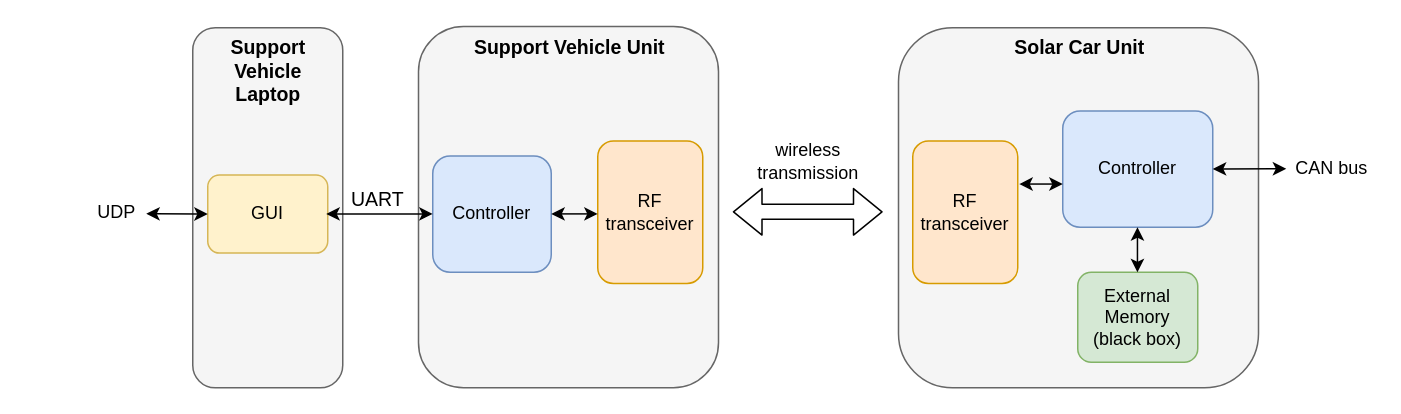
This is documentation/diagrams/SystemSchematic.drawio from tjarker/Telemetry, a draw.io file, before an edit. Source tidied: cells renumbered, new cells numbered last; positions are measured from the earlier drawing's top-left corner, leaving out a move shared by most shapes. Both pictures are drawn from the tidied source at 150%, with x=0, y=0 at pixel (86, 26).
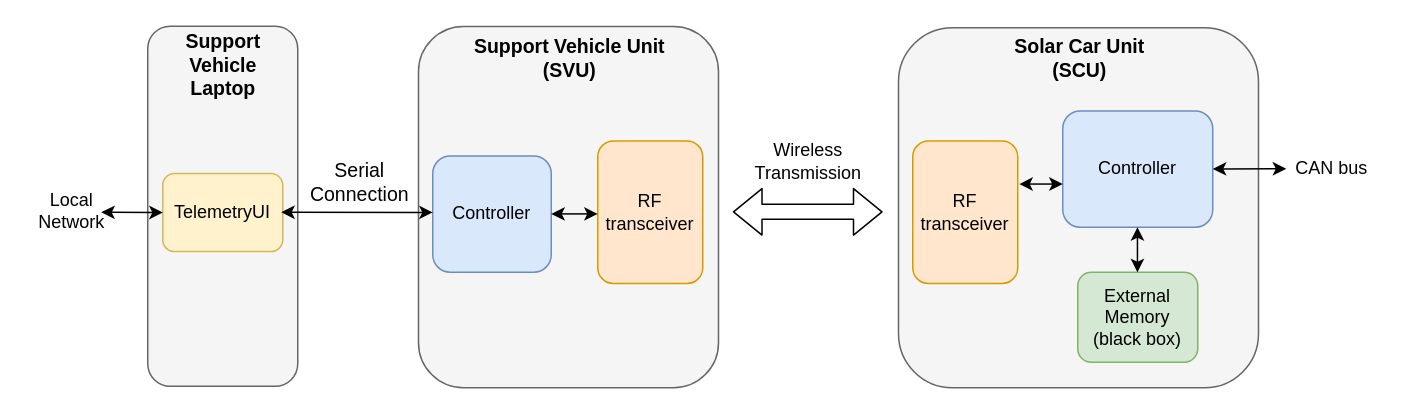
Above is the later version.

Change to the diagram source:
```diff
@@
-    <mxCell id="5" value="Solar Car Unit" style="text;html=1;align=center;verticalAlign=middle;fontStyle=1;fontSize=13;" parent="1" vertex="1">
-      <mxGeometry x="613" y="4" width="97" height="20" as="geometry" />
+    <mxCell id="5" value="Solar Car Unit&lt;br&gt;(SCU)" style="text;html=1;align=center;verticalAlign=middle;fontStyle=1;fontSize=13;" parent="1" vertex="1">
+      <mxGeometry x="611.5" y="1" width="100" height="40" as="geometry" />
     </mxCell>
-    <mxCell id="6" value="Support Vehicle&amp;nbsp;Unit" style="text;html=1;align=center;verticalAlign=middle;fontStyle=1;fontSize=13;" parent="1" vertex="1">
-      <mxGeometry x="253" y="4" width="137" height="20" as="geometry" />
+    <mxCell id="6" value="Support Vehicle&amp;nbsp;Unit&lt;br&gt;(SVU)" style="text;html=1;align=center;verticalAlign=middle;fontStyle=1;fontSize=13;" parent="1" vertex="1">
+      <mxGeometry x="251.5" y="1" width="140" height="40" as="geometry" />
     </mxCell>
@@
     <mxCell id="11" style="rounded=1;whiteSpace=wrap;html=1;fillColor=#f5f5f5;strokeColor=#666666;fontColor=#333333;" parent="1" vertex="1">
-      <mxGeometry x="71" y="1" width="100" height="240" as="geometry" />
+      <mxGeometry x="41" width="100" height="240" as="geometry" />
     </mxCell>
     <mxCell id="12" value="Support&lt;br&gt;Vehicle&lt;br style=&quot;font-size: 13px&quot;&gt;Laptop" style="text;html=1;align=center;verticalAlign=middle;fontStyle=1;fontSize=13;" parent="1" vertex="1">
-      <mxGeometry x="91" y="4" width="60" height="52" as="geometry" />
+      <mxGeometry x="61" width="60" height="52" as="geometry" />
     </mxCell>
@@
-    <mxCell id="14" value="wireless&lt;br&gt;transmission" style="text;html=1;align=center;verticalAlign=middle;" parent="1" vertex="1">
-      <mxGeometry x="441" y="75.2" width="80" height="30" as="geometry" />
+    <mxCell id="14" value="Wireless&lt;br&gt;Transmission" style="text;html=1;align=center;verticalAlign=middle;" parent="1" vertex="1">
+      <mxGeometry x="436" y="75.2" width="90" height="30" as="geometry" />
     </mxCell>
-    <mxCell id="15" value="GUI" style="rounded=1;whiteSpace=wrap;html=1;fillColor=#fff2cc;strokeColor=#d6b656;" parent="1" vertex="1">
-      <mxGeometry x="81" y="99.2" width="80" height="52" as="geometry" />
+    <mxCell id="15" value="TelemetryUI" style="rounded=1;whiteSpace=wrap;html=1;fillColor=#fff2cc;strokeColor=#d6b656;" parent="1" vertex="1">
+      <mxGeometry x="51" y="98.2" width="80" height="52" as="geometry" />
     </mxCell>
-    <mxCell id="16" value="UART" style="text;html=1;align=center;verticalAlign=middle;fontSize=13;" parent="1" vertex="1">
-      <mxGeometry x="171" y="105.2" width="45" height="20" as="geometry" />
+    <mxCell id="16" value="Serial&lt;br&gt;Connection" style="text;html=1;align=center;verticalAlign=middle;fontSize=13;" parent="1" vertex="1">
+      <mxGeometry x="141.5" y="84.2" width="80" height="40" as="geometry" />
     </mxCell>
@@
     <mxCell id="22" style="endArrow=classic;startArrow=classic;html=1;" parent="1" edge="1">
       <mxGeometry relative="1" as="geometry">
-        <mxPoint x="160" y="125.1" as="sourcePoint" />
-        <mxPoint x="231" y="125.1" as="targetPoint" />
+        <mxPoint x="130" y="124" as="sourcePoint" />
+        <mxPoint x="231" y="124.1" as="targetPoint" />
       </mxGeometry>
     </mxCell>
     <mxCell id="23" style="endArrow=classic;startArrow=classic;html=1;" parent="1" edge="1">
       <mxGeometry relative="1" as="geometry">
-        <mxPoint x="40" y="125" as="sourcePoint" />
-        <mxPoint x="81" y="125.2" as="targetPoint" />
+        <mxPoint x="10" y="124" as="sourcePoint" />
+        <mxPoint x="51" y="124.2" as="targetPoint" />
       </mxGeometry>
     </mxCell>
-    <mxCell id="24" value="UDP" style="text;html=1;align=center;verticalAlign=middle;strokeColor=none;" parent="1" vertex="1">
-      <mxGeometry y="114" width="40" height="20" as="geometry" />
+    <mxCell id="24" value="Local&lt;br&gt;Network" style="text;html=1;align=center;verticalAlign=middle;strokeColor=none;" parent="1" vertex="1">
+      <mxGeometry x="-40" y="108" width="60" height="30" as="geometry" />
     </mxCell>
```
